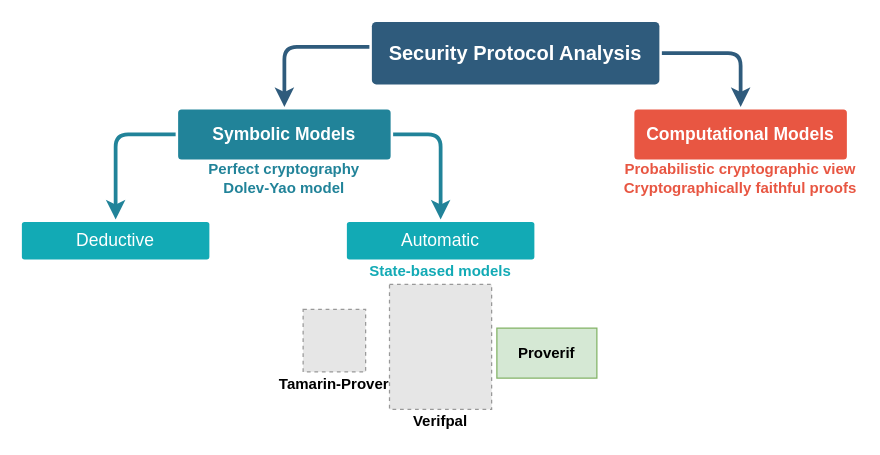
Earlier version of the draw.io diagram paper/images_sources/symbolic-computational-model.drawio (AlessandroZanatta/Verification-of-Cryptographic-Protocols). Source tidied: cells renumbered, new cells numbered last; positions are measured from the earlier drawing's top-left corner, leaving out a move shared by most shapes. Both pictures are drawn from the tidied source at 125%, with x=0, y=0 at pixel (21, 21). Pictures stored in the file or linked from it are replaced by grey dashed boxes.
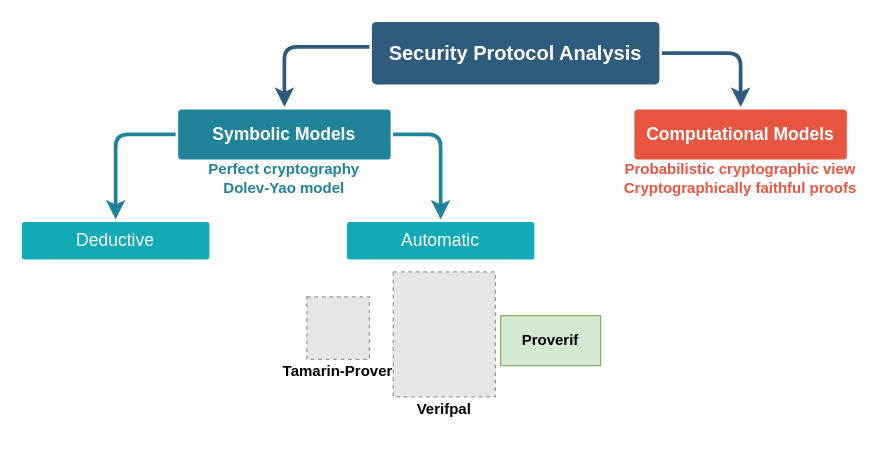
The same diagram, later.

Change to the diagram source:
```diff
@@
-    <mxCell id="13" value="State-based models" style="text;html=1;align=center;verticalAlign=middle;whiteSpace=wrap;rounded=0;fontStyle=1;fontColor=#12AAB5;" parent="1" vertex="1">
-      <mxGeometry x="245" y="190" width="180" height="20" as="geometry" />
-    </mxCell>
     <mxCell id="14" value="&lt;div&gt;Proverif&lt;/div&gt;" style="html=1;whiteSpace=wrap;fontStyle=1;fillColor=#d5e8d4;strokeColor=#82b366;" parent="1" vertex="1">
-      <mxGeometry x="380" y="245" width="80" height="40" as="geometry" />
+      <mxGeometry x="383" y="235" width="80" height="40" as="geometry" />
     </mxCell>
     <mxCell id="15" style="group;" parent="1" vertex="1">
-      <mxGeometry x="290" y="210" width="90" height="120" as="geometry" />
+      <mxGeometry x="293" y="200" width="90" height="120" as="geometry" />
     </mxCell>
@@
     <mxCell id="18" style="group;" parent="1" vertex="1">
-      <mxGeometry x="205" y="230" width="90" height="70" as="geometry" />
+      <mxGeometry x="208" y="220" width="90" height="70" as="geometry" />
     </mxCell>
```
